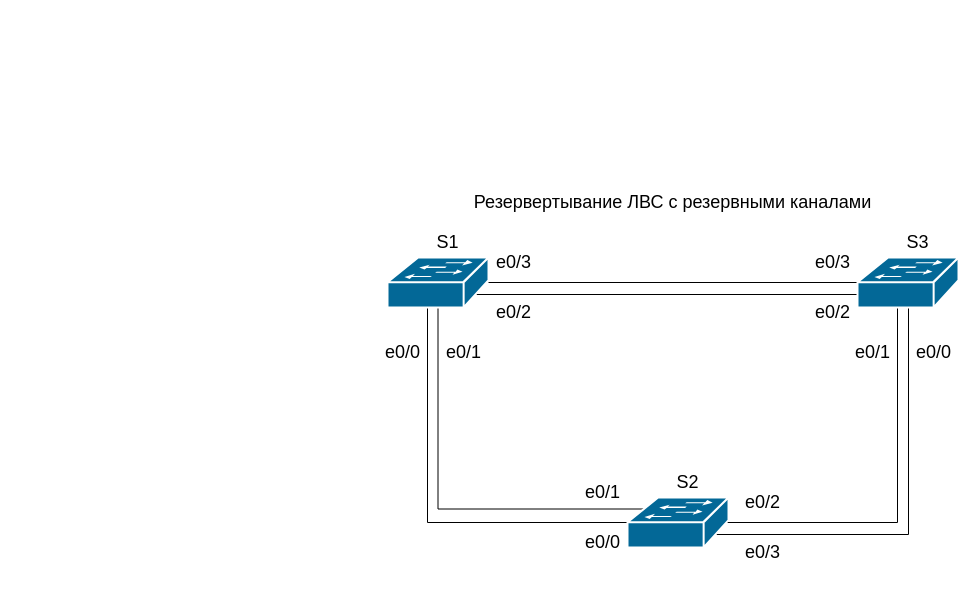
rain360z/otus-networks keeps this draw.io diagram as page "Page-1" (1 of 2) of 3_lab/Schema.drawio. Above is the earlier version. Source tidied: cells renumbered, new cells numbered last; positions are measured from the earlier drawing's top-left corner, leaving out a move shared by most shapes. Both pictures are drawn from the tidied source at 100%, with x=0, y=0 at pixel (377, 187).
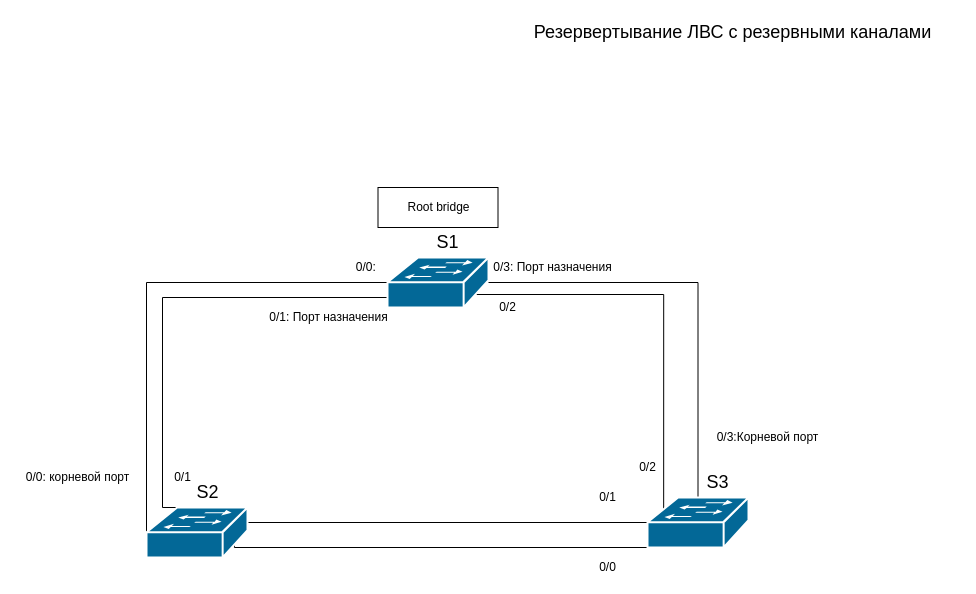
The same page after the edit.

Unchanged cells that the change refers to:
```xml
<mxCell id="6" style="shape=mxgraph.cisco.switches.workgroup_switch;html=1;dashed=0;fillColor=#036897;strokeColor=#ffffff;strokeWidth=2;verticalLabelPosition=bottom;verticalAlign=top;align=center;outlineConnect=0;fontSize=18;" parent="1" vertex="1">
  <mxGeometry x="10" y="70" width="101" height="50" as="geometry" />
</mxCell>
```

What changed in the source:
```diff
@@
+    <mxCell id="27" style="rounded=0;whiteSpace=wrap;html=1;" parent="1" vertex="1">
+      <mxGeometry x="0.5" width="120" height="40" as="geometry" />
+    </mxCell>
-    <mxCell id="2" style="edgeStyle=orthogonalEdgeStyle;rounded=0;jettySize=auto;html=1;entryX=0;entryY=0.5;entryDx=0;entryDy=0;entryPerimeter=0;endArrow=none;endFill=0;fontSize=18;" parent="1" edge="1" source="6" target="10">
+    <mxCell id="2" style="edgeStyle=orthogonalEdgeStyle;rounded=0;jettySize=auto;html=1;entryX=0.5;entryY=0;entryDx=0;entryDy=0;entryPerimeter=0;endArrow=none;endFill=0;fontSize=18;" parent="1" edge="1" source="6" target="10">
       <mxGeometry relative="1" as="geometry" />
     </mxCell>
-    <mxCell id="3" style="edgeStyle=orthogonalEdgeStyle;rounded=0;jettySize=auto;html=1;exitX=0.87;exitY=0.74;exitDx=0;exitDy=0;exitPerimeter=0;endArrow=none;endFill=0;entryX=0;entryY=0.5;entryDx=0;entryDy=0;entryPerimeter=0;fontSize=18;" parent="1" edge="1" source="6" target="9">
+    <mxCell id="3" style="edgeStyle=orthogonalEdgeStyle;rounded=0;jettySize=auto;html=1;endArrow=none;endFill=0;entryX=0;entryY=0.5;entryDx=0;entryDy=0;entryPerimeter=0;fontSize=18;" parent="1" edge="1" source="6" target="9">
       <mxGeometry relative="1" as="geometry">
         <Array as="points">
-          <mxPoint x="50" y="107" />
-          <mxPoint x="50" y="335" />
+          <mxPoint x="-231" y="95" />
         </Array>
       </mxGeometry>
     </mxCell>
-    <mxCell id="4" style="edgeStyle=orthogonalEdgeStyle;rounded=0;jettySize=auto;html=1;exitX=0.5;exitY=0.98;exitDx=0;exitDy=0;exitPerimeter=0;entryX=0.16;entryY=0.23;entryDx=0;entryDy=0;entryPerimeter=0;endArrow=none;endFill=0;fontSize=18;" parent="1" edge="1" source="6" target="9">
+    <mxCell id="4" style="edgeStyle=orthogonalEdgeStyle;rounded=0;jettySize=auto;html=1;entryX=0.5;entryY=0;entryDx=0;entryDy=0;entryPerimeter=0;endArrow=none;endFill=0;fontSize=18;" parent="1" edge="1" source="6" target="9">
       <mxGeometry relative="1" as="geometry">
         <Array as="points">
-          <mxPoint x="61" y="321" />
+          <mxPoint x="-215" y="110" />
+          <mxPoint x="-215" y="320" />
         </Array>
       </mxGeometry>
     </mxCell>
-    <mxCell id="5" style="edgeStyle=orthogonalEdgeStyle;rounded=0;jettySize=auto;html=1;exitX=0.87;exitY=0.74;exitDx=0;exitDy=0;exitPerimeter=0;entryX=0;entryY=0.98;entryDx=0;entryDy=0;entryPerimeter=0;endArrow=none;endFill=0;fontSize=18;" parent="1" edge="1" source="6" target="10">
+    <mxCell id="5" style="edgeStyle=orthogonalEdgeStyle;rounded=0;jettySize=auto;html=1;exitX=0.87;exitY=0.74;exitDx=0;exitDy=0;exitPerimeter=0;entryX=0.16;entryY=0.23;entryDx=0;entryDy=0;entryPerimeter=0;endArrow=none;endFill=0;fontSize=18;" parent="1" edge="1" source="6" target="10">
       <mxGeometry relative="1" as="geometry">
         <Array as="points">
-          <mxPoint x="480" y="107" />
+          <mxPoint x="286" y="107" />
         </Array>
       </mxGeometry>
     </mxCell>
@@
-    <mxCell id="7" style="edgeStyle=orthogonalEdgeStyle;rounded=0;jettySize=auto;html=1;exitX=0.98;exitY=0.5;exitDx=0;exitDy=0;exitPerimeter=0;endArrow=none;endFill=0;fontSize=18;" parent="1" edge="1" source="9" target="10">
+    <mxCell id="7" style="edgeStyle=orthogonalEdgeStyle;rounded=0;jettySize=auto;html=1;exitX=0.98;exitY=0.5;exitDx=0;exitDy=0;exitPerimeter=0;endArrow=none;endFill=0;fontSize=18;entryX=0;entryY=0.5;entryDx=0;entryDy=0;entryPerimeter=0;" parent="1" edge="1" source="9" target="10">
       <mxGeometry relative="1" as="geometry">
         <Array as="points">
-          <mxPoint x="520" y="335" />
+          <mxPoint x="-132" y="335" />
         </Array>
       </mxGeometry>
     </mxCell>
-    <mxCell id="8" style="edgeStyle=orthogonalEdgeStyle;rounded=0;jettySize=auto;html=1;exitX=0.87;exitY=0.74;exitDx=0;exitDy=0;exitPerimeter=0;endArrow=none;endFill=0;fontSize=18;" parent="1" edge="1" source="9">
+    <mxCell id="8" style="edgeStyle=orthogonalEdgeStyle;rounded=0;jettySize=auto;html=1;endArrow=none;endFill=0;fontSize=18;exitX=0.87;exitY=0.74;exitDx=0;exitDy=0;exitPerimeter=0;" parent="1" edge="1" source="9" target="10">
       <mxGeometry relative="1" as="geometry">
-        <mxPoint x="531" y="120" as="targetPoint" />
         <Array as="points">
-          <mxPoint x="531" y="347" />
-          <mxPoint x="531" y="107" />
+          <mxPoint x="-143" y="360" />
         </Array>
       </mxGeometry>
     </mxCell>
     <mxCell id="9" style="shape=mxgraph.cisco.switches.workgroup_switch;html=1;dashed=0;fillColor=#036897;strokeColor=#ffffff;strokeWidth=2;verticalLabelPosition=bottom;verticalAlign=top;align=center;outlineConnect=0;fontSize=18;" parent="1" vertex="1">
-      <mxGeometry x="250" y="310" width="101" height="50" as="geometry" />
+      <mxGeometry x="-231" y="320" width="101" height="50" as="geometry" />
     </mxCell>
     <mxCell id="10" style="shape=mxgraph.cisco.switches.workgroup_switch;html=1;dashed=0;fillColor=#036897;strokeColor=#ffffff;strokeWidth=2;verticalLabelPosition=bottom;verticalAlign=top;align=center;outlineConnect=0;fontSize=18;" parent="1" vertex="1">
-      <mxGeometry x="480" y="70" width="101" height="50" as="geometry" />
+      <mxGeometry x="270" y="310" width="101" height="50" as="geometry" />
     </mxCell>
@@
     <mxCell id="12" value="S2" style="text;html=1;align=center;verticalAlign=middle;fontSize=18;" parent="1" vertex="1">
-      <mxGeometry x="290" y="280" width="40" height="30" as="geometry" />
+      <mxGeometry x="-190" y="290" width="40" height="30" as="geometry" />
     </mxCell>
     <mxCell id="13" value="S3" style="text;html=1;align=center;verticalAlign=middle;fontSize=18;" parent="1" vertex="1">
-      <mxGeometry x="520" y="40" width="40" height="30" as="geometry" />
+      <mxGeometry x="320" y="280" width="40" height="30" as="geometry" />
     </mxCell>
-    <mxCell id="14" value="e0/0" style="text;html=1;align=center;verticalAlign=middle;fontSize=18;" parent="1" vertex="1">
-      <mxGeometry y="150" width="50" height="30" as="geometry" />
-    </mxCell>
-    <mxCell id="15" value="e0/3" style="text;html=1;align=center;verticalAlign=middle;fontSize=18;" parent="1" vertex="1">
-      <mxGeometry x="430" y="60" width="50" height="30" as="geometry" />
-    </mxCell>
-    <mxCell id="16" value="e0/0" style="text;html=1;align=center;verticalAlign=middle;fontSize=18;" parent="1" vertex="1">
-      <mxGeometry x="200" y="340" width="50" height="30" as="geometry" />
-    </mxCell>
-    <mxCell id="17" value="e0/1" style="text;html=1;align=center;verticalAlign=middle;fontSize=18;" parent="1" vertex="1">
-      <mxGeometry x="200" y="290" width="50" height="30" as="geometry" />
-    </mxCell>
-    <mxCell id="18" value="e0/2" style="text;html=1;align=center;verticalAlign=middle;fontSize=18;" parent="1" vertex="1">
-      <mxGeometry x="111" y="110" width="50" height="30" as="geometry" />
-    </mxCell>
-    <mxCell id="19" value="e0/3" style="text;html=1;align=center;verticalAlign=middle;fontSize=18;" parent="1" vertex="1">
-      <mxGeometry x="111" y="60" width="50" height="30" as="geometry" />
-    </mxCell>
-    <mxCell id="20" value="e0/2" style="text;html=1;align=center;verticalAlign=middle;fontSize=18;" parent="1" vertex="1">
-      <mxGeometry x="360" y="300" width="50" height="30" as="geometry" />
-    </mxCell>
-    <mxCell id="21" value="e0/3" style="text;html=1;align=center;verticalAlign=middle;fontSize=18;" parent="1" vertex="1">
-      <mxGeometry x="360" y="350" width="50" height="30" as="geometry" />
-    </mxCell>
-    <mxCell id="22" value="e0/1" style="text;html=1;align=center;verticalAlign=middle;fontSize=18;" parent="1" vertex="1">
-      <mxGeometry x="470" y="150" width="50" height="30" as="geometry" />
-    </mxCell>
-    <mxCell id="23" value="e0/0" style="text;html=1;align=center;verticalAlign=middle;fontSize=18;" parent="1" vertex="1">
-      <mxGeometry x="531" y="150" width="50" height="30" as="geometry" />
-    </mxCell>
-    <mxCell id="24" value="e0/2" style="text;html=1;align=center;verticalAlign=middle;fontSize=18;" parent="1" vertex="1">
-      <mxGeometry x="430" y="110" width="50" height="30" as="geometry" />
-    </mxCell>
-    <mxCell id="25" value="e0/1" style="text;html=1;align=center;verticalAlign=middle;fontSize=18;" parent="1" vertex="1">
-      <mxGeometry x="61" y="150" width="50" height="30" as="geometry" />
-    </mxCell>
     <mxCell id="26" value="Резервертывание ЛВС с резервными каналами&lt;br&gt;" style="text;html=1;align=center;verticalAlign=middle;fontSize=18;" parent="1" vertex="1">
-      <mxGeometry x="90" width="410" height="30" as="geometry" />
+      <mxGeometry x="150" y="-170" width="410" height="30" as="geometry" />
     </mxCell>
+    <mxCell id="28" value="Root bridge" style="text;html=1;align=center;verticalAlign=middle;" parent="1" vertex="1">
+      <mxGeometry x="20.5" y="10" width="80" height="20" as="geometry" />
+    </mxCell>
+    <mxCell id="29" value="0/0:&amp;nbsp;" style="text;html=1;align=center;verticalAlign=middle;" parent="1" vertex="1">
+      <mxGeometry x="-30" y="70" width="40" height="20" as="geometry" />
+    </mxCell>
+    <mxCell id="30" value="0/1: Порт назначения" style="text;html=1;align=center;verticalAlign=middle;" parent="1" vertex="1">
+      <mxGeometry x="-119.5" y="120" width="140" height="20" as="geometry" />
+    </mxCell>
+    <mxCell id="31" value="0/1" style="text;html=1;align=center;verticalAlign=middle;" parent="1" vertex="1">
+      <mxGeometry x="-210" y="280" width="30" height="20" as="geometry" />
+    </mxCell>
+    <mxCell id="32" value="0/0: корневой порт" style="text;html=1;align=center;verticalAlign=middle;" parent="1" vertex="1">
+      <mxGeometry x="-360" y="280" width="120" height="20" as="geometry" />
+    </mxCell>
+    <mxCell id="33" value="0/1" style="text;html=1;align=center;verticalAlign=middle;" parent="1" vertex="1">
+      <mxGeometry x="215" y="300" width="30" height="20" as="geometry" />
+    </mxCell>
+    <mxCell id="34" value="0/0" style="text;html=1;align=center;verticalAlign=middle;" parent="1" vertex="1">
+      <mxGeometry x="215" y="370" width="30" height="20" as="geometry" />
+    </mxCell>
+    <mxCell id="35" value="0/2" style="text;html=1;align=center;verticalAlign=middle;" parent="1" vertex="1">
+      <mxGeometry x="255" y="270" width="30" height="20" as="geometry" />
+    </mxCell>
+    <mxCell id="36" value="0/3:Корневой порт" style="text;html=1;align=center;verticalAlign=middle;" parent="1" vertex="1">
+      <mxGeometry x="330" y="240" width="120" height="20" as="geometry" />
+    </mxCell>
+    <mxCell id="37" value="0/3: Порт назначения" style="text;html=1;align=center;verticalAlign=middle;" parent="1" vertex="1">
+      <mxGeometry x="105" y="70" width="140" height="20" as="geometry" />
+    </mxCell>
+    <mxCell id="38" value="0/2" style="text;html=1;align=center;verticalAlign=middle;" parent="1" vertex="1">
+      <mxGeometry x="115" y="110" width="30" height="20" as="geometry" />
+    </mxCell>
```
